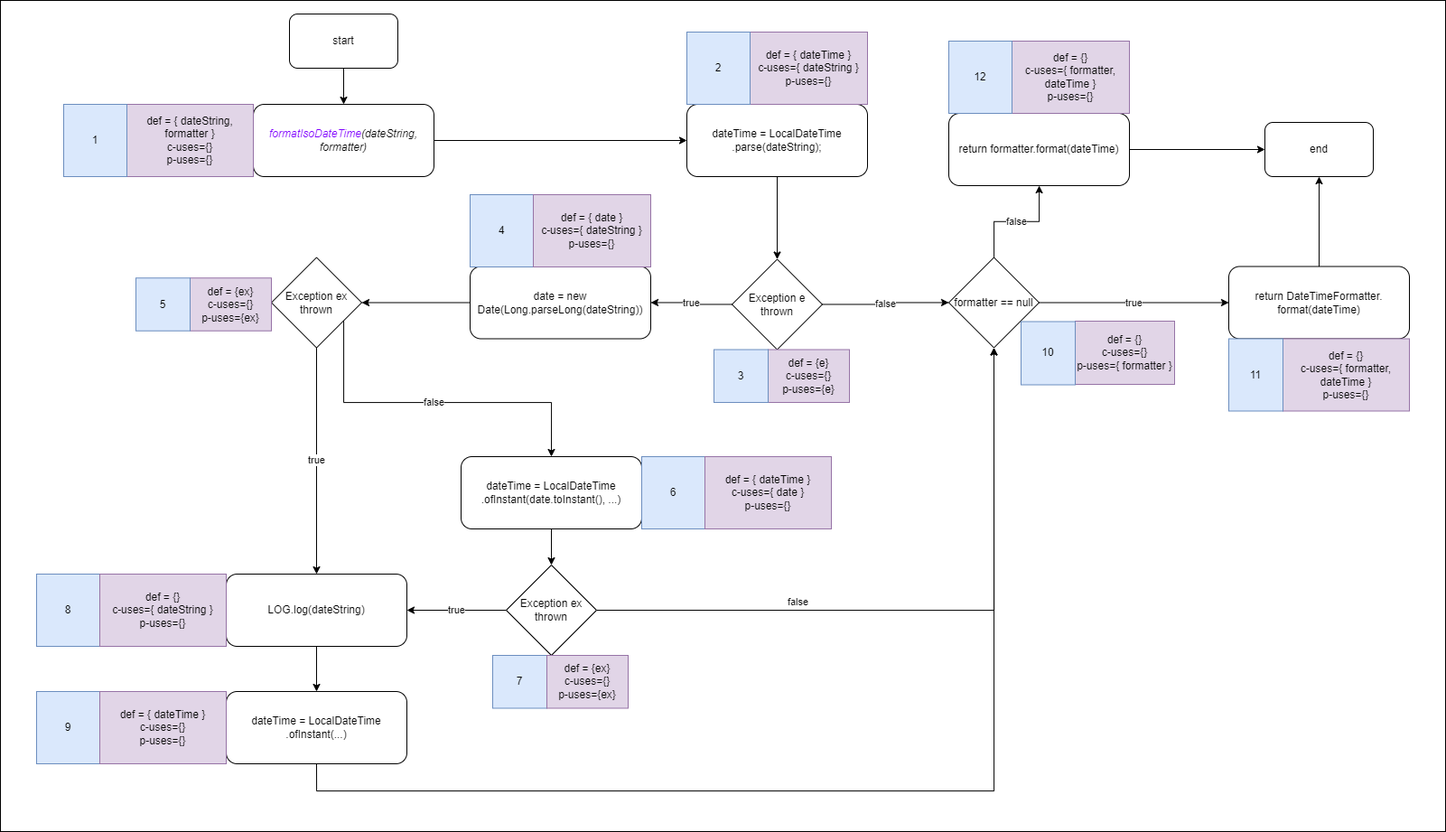
The draw.io diagram docs/assets/FormatIsoDateTimeDataflow.png in Telmooo/jpass, before a commit. Source tidied: cells renumbered, new cells last; positions are measured from the earlier drawing's top-left corner, leaving out a move shared by most shapes.
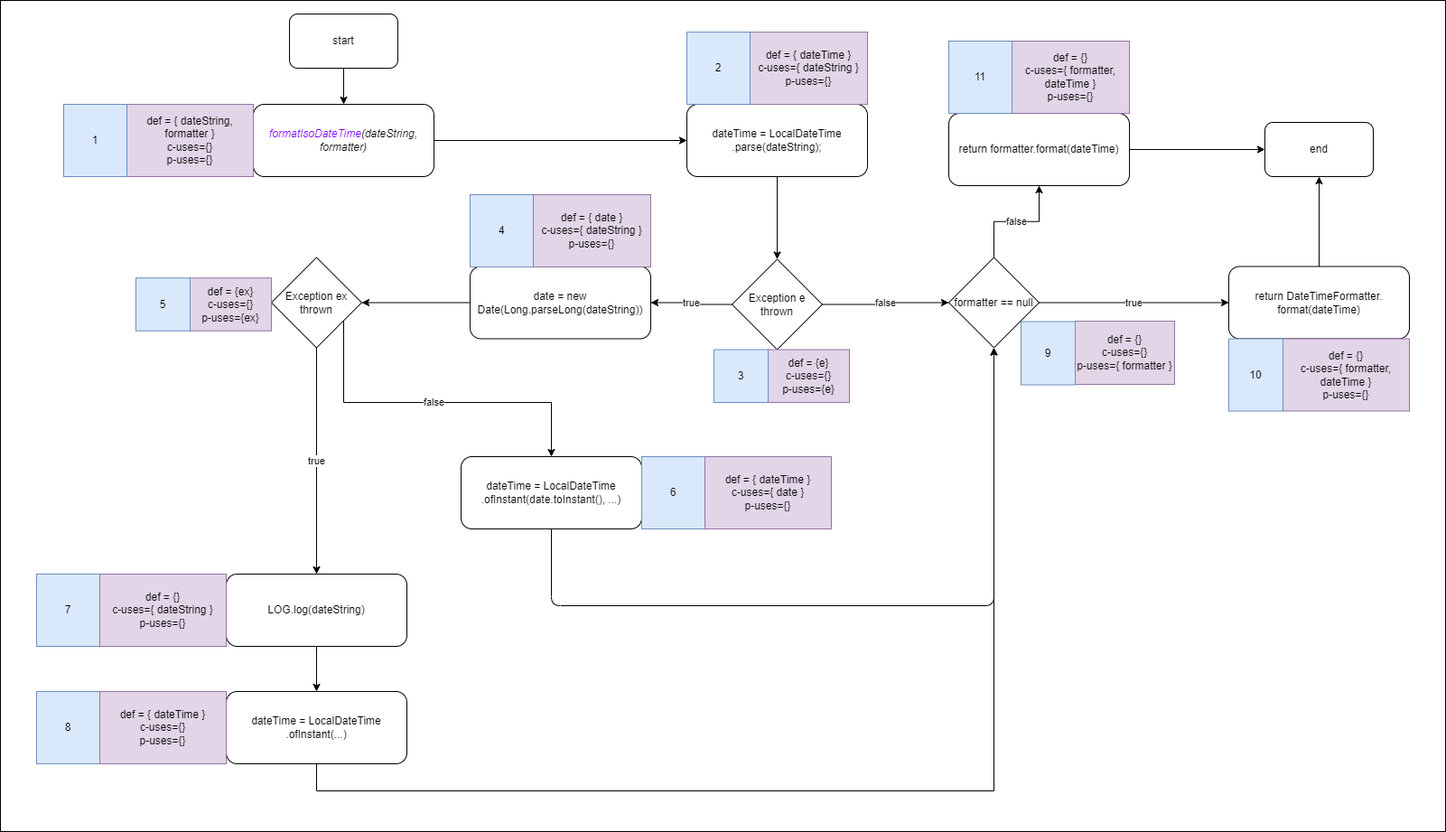
Later version of the same file.

Commit message:
Finished dataflow

What changed in the source:
```diff
@@ -77,7 +77,7 @@
     <mxCell id="26" value="def = {}&lt;br&gt;c-uses={ formatter, dateTime }&lt;br&gt;p-uses={}" style="rounded=0;whiteSpace=wrap;html=1;fontSize=12;fillColor=#e1d5e7;strokeColor=#9673a6;" parent="1" vertex="1">
       <mxGeometry x="1120" y="45" width="130" height="80" as="geometry" />
     </mxCell>
-    <mxCell id="27" value="12" style="rounded=0;whiteSpace=wrap;html=1;fontSize=12;fillColor=#dae8fc;strokeColor=#6c8ebf;" parent="1" vertex="1">
+    <mxCell id="27" value="11" style="rounded=0;whiteSpace=wrap;html=1;fontSize=12;fillColor=#dae8fc;strokeColor=#6c8ebf;" parent="1" vertex="1">
       <mxGeometry x="1050" y="45" width="70" height="80" as="geometry" />
     </mxCell>
     <mxCell id="28" value="4" style="rounded=0;whiteSpace=wrap;html=1;fontSize=12;fillColor=#dae8fc;strokeColor=#6c8ebf;" parent="1" vertex="1">
@@ -89,12 +89,17 @@
     <mxCell id="30" value="def = {}&lt;br&gt;c-uses={ formatter, dateTime }&lt;br&gt;p-uses={}" style="rounded=0;whiteSpace=wrap;html=1;fontSize=12;fillColor=#e1d5e7;strokeColor=#9673a6;" parent="1" vertex="1">
       <mxGeometry x="1420" y="374.5" width="140" height="80" as="geometry" />
     </mxCell>
-    <mxCell id="31" value="11" style="rounded=0;whiteSpace=wrap;html=1;fontSize=12;fillColor=#dae8fc;strokeColor=#6c8ebf;" parent="1" vertex="1">
+    <mxCell id="31" value="10" style="rounded=0;whiteSpace=wrap;html=1;fontSize=12;fillColor=#dae8fc;strokeColor=#6c8ebf;" parent="1" vertex="1">
       <mxGeometry x="1360" y="374.5" width="60" height="80" as="geometry" />
     </mxCell>
-    <mxCell id="32" style="edgeStyle=orthogonalEdgeStyle;rounded=0;jettySize=auto;html=1;" parent="1" edge="1" source="33" target="52">
-      <mxGeometry relative="1" as="geometry" />
-    </mxCell>
+    <mxCell id="59" style="edgeStyle=none;html=1;exitX=0.5;exitY=1;exitDx=0;exitDy=0;entryX=0.5;entryY=1;entryDx=0;entryDy=0;" parent="1" edge="1" source="33" target="19">
+      <mxGeometry relative="1" as="geometry">
+        <Array as="points">
+          <mxPoint x="610" y="670" />
+          <mxPoint x="1100" y="670" />
+        </Array>
+      </mxGeometry>
+    </mxCell>
     <mxCell id="33" value="dateTime = LocalDateTime&lt;br&gt;.ofInstant(date.toInstant(), ...)" style="rounded=1;whiteSpace=wrap;html=1;fontSize=12;" parent="1" vertex="1">
       <mxGeometry x="510" y="505" width="200" height="80" as="geometry" />
     </mxCell>
@@ -107,7 +112,7 @@
     <mxCell id="36" value="def = {}&lt;br&gt;c-uses={}&lt;br&gt;p-uses={ formatter }" style="rounded=0;whiteSpace=wrap;html=1;fontSize=12;fillColor=#e1d5e7;strokeColor=#9673a6;" parent="1" vertex="1">
       <mxGeometry x="1190" y="355" width="110" height="70" as="geometry" />
     </mxCell>
-    <mxCell id="37" value="10" style="rounded=0;whiteSpace=wrap;html=1;fontSize=12;fillColor=#dae8fc;strokeColor=#6c8ebf;" parent="1" vertex="1">
+    <mxCell id="37" value="9" style="rounded=0;whiteSpace=wrap;html=1;fontSize=12;fillColor=#dae8fc;strokeColor=#6c8ebf;" parent="1" vertex="1">
       <mxGeometry x="1130" y="355.5" width="60" height="70" as="geometry" />
     </mxCell>
     <mxCell id="38" style="edgeStyle=orthogonalEdgeStyle;rounded=0;jettySize=auto;html=1;" parent="1" edge="1" source="39" target="43">
@@ -116,7 +121,7 @@
     <mxCell id="39" value="LOG.log(dateString)" style="rounded=1;whiteSpace=wrap;html=1;fontSize=12;" parent="1" vertex="1">
       <mxGeometry x="250" y="635" width="200" height="80" as="geometry" />
     </mxCell>
-    <mxCell id="40" value="8" style="rounded=0;whiteSpace=wrap;html=1;fontSize=12;fillColor=#dae8fc;strokeColor=#6c8ebf;" parent="1" vertex="1">
+    <mxCell id="40" value="7" style="rounded=0;whiteSpace=wrap;html=1;fontSize=12;fillColor=#dae8fc;strokeColor=#6c8ebf;" parent="1" vertex="1">
       <mxGeometry x="40" y="635" width="70" height="80" as="geometry" />
     </mxCell>
     <mxCell id="41" value="def = {}&lt;br&gt;c-uses={ dateString }&lt;br&gt;p-uses={}" style="rounded=0;whiteSpace=wrap;html=1;fontSize=12;fillColor=#e1d5e7;strokeColor=#9673a6;" parent="1" vertex="1">
@@ -133,7 +138,7 @@
     <mxCell id="43" value="dateTime =&amp;nbsp;LocalDateTime&lt;br&gt;.ofInstant(...)" style="rounded=1;whiteSpace=wrap;html=1;fontSize=12;" parent="1" vertex="1">
       <mxGeometry x="250" y="765" width="200" height="80" as="geometry" />
     </mxCell>
-    <mxCell id="44" value="9" style="rounded=0;whiteSpace=wrap;html=1;fontSize=12;fillColor=#dae8fc;strokeColor=#6c8ebf;" parent="1" vertex="1">
+    <mxCell id="44" value="8" style="rounded=0;whiteSpace=wrap;html=1;fontSize=12;fillColor=#dae8fc;strokeColor=#6c8ebf;" parent="1" vertex="1">
       <mxGeometry x="40" y="765" width="70" height="80" as="geometry" />
     </mxCell>
     <mxCell id="45" value="def = { dateTime }&lt;br&gt;c-uses={}&lt;br&gt;p-uses={}" style="rounded=0;whiteSpace=wrap;html=1;fontSize=12;fillColor=#e1d5e7;strokeColor=#9673a6;" parent="1" vertex="1">
@@ -153,28 +158,6 @@
     <mxCell id="48" value="Exception ex&lt;br&gt;thrown" style="rhombus;whiteSpace=wrap;html=1;fontSize=12;fontColor=#000000;" parent="1" vertex="1">
       <mxGeometry x="300" y="284.5" width="100" height="100" as="geometry" />
     </mxCell>
-    <mxCell id="49" value="true" style="edgeStyle=orthogonalEdgeStyle;rounded=0;jettySize=auto;html=1;exitX=0;exitY=0.5;exitDx=0;exitDy=0;entryX=1;entryY=0.5;entryDx=0;entryDy=0;" parent="1" edge="1" source="52" target="39">
-      <mxGeometry relative="1" as="geometry">
-        <Array as="points">
-          <mxPoint x="560" y="675" />
-        </Array>
-      </mxGeometry>
-    </mxCell>
-    <mxCell id="50" style="edgeStyle=orthogonalEdgeStyle;rounded=0;jettySize=auto;html=1;exitX=1;exitY=0.5;exitDx=0;exitDy=0;entryX=0.5;entryY=1;entryDx=0;entryDy=0;" parent="1" edge="1" source="52" target="19">
-      <mxGeometry relative="1" as="geometry">
-        <Array as="points">
-          <mxPoint x="1100" y="675" />
-        </Array>
-      </mxGeometry>
-    </mxCell>
-    <mxCell id="51" value="false" style="edgeLabel;html=1;align=center;verticalAlign=middle;" parent="50" vertex="1">
-      <mxGeometry x="-0.38" y="3" relative="1" as="geometry">
-        <mxPoint x="-4" y="-7" as="offset" />
-      </mxGeometry>
-    </mxCell>
-    <mxCell id="52" value="Exception ex&lt;br&gt;thrown" style="rhombus;whiteSpace=wrap;html=1;fontSize=12;fontColor=#000000;" parent="1" vertex="1">
-      <mxGeometry x="560" y="625" width="100" height="100" as="geometry" />
-    </mxCell>
     <mxCell id="53" value="def = {e}&lt;br&gt;c-uses={}&lt;br&gt;p-uses={e}" style="rounded=0;whiteSpace=wrap;html=1;fontSize=12;fillColor=#e1d5e7;strokeColor=#9673a6;" parent="1" vertex="1">
       <mxGeometry x="850" y="386.5" width="90" height="58.5" as="geometry" />
     </mxCell>
@@ -187,11 +170,5 @@
     <mxCell id="56" value="5" style="rounded=0;whiteSpace=wrap;html=1;fontSize=12;fillColor=#dae8fc;strokeColor=#6c8ebf;" parent="1" vertex="1">
       <mxGeometry x="150" y="307.2" width="60" height="58.5" as="geometry" />
     </mxCell>
-    <mxCell id="57" value="7" style="rounded=0;whiteSpace=wrap;html=1;fontSize=12;fillColor=#dae8fc;strokeColor=#6c8ebf;" parent="1" vertex="1">
-      <mxGeometry x="545" y="725" width="60" height="58.5" as="geometry" />
-    </mxCell>
-    <mxCell id="58" value="def = {ex}&lt;br&gt;c-uses={}&lt;br&gt;p-uses={ex}" style="rounded=0;whiteSpace=wrap;html=1;fontSize=12;fillColor=#e1d5e7;strokeColor=#9673a6;" parent="1" vertex="1">
-      <mxGeometry x="605" y="725" width="90" height="58.5" as="geometry" />
-    </mxCell>
   </root>
 </mxGraphModel>
```
